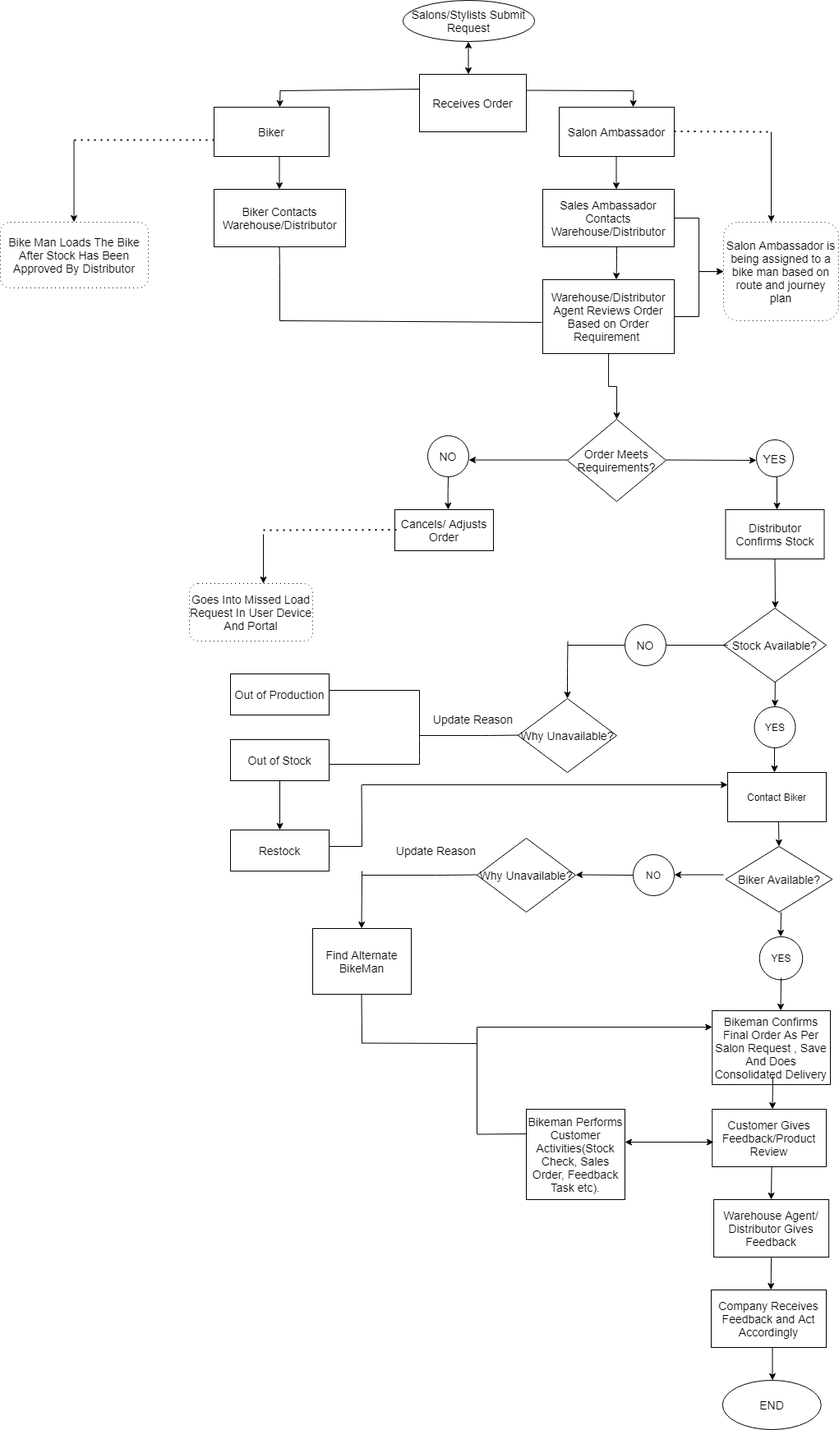
This is Untitled Diagram2.png from Meiyoure/ddl_internship_quiz, a draw.io export, as it was before one commit. Source tidied: cells renumbered, new cells last; positions are measured from the earlier drawing's top-left corner, leaving out a move shared by most shapes.
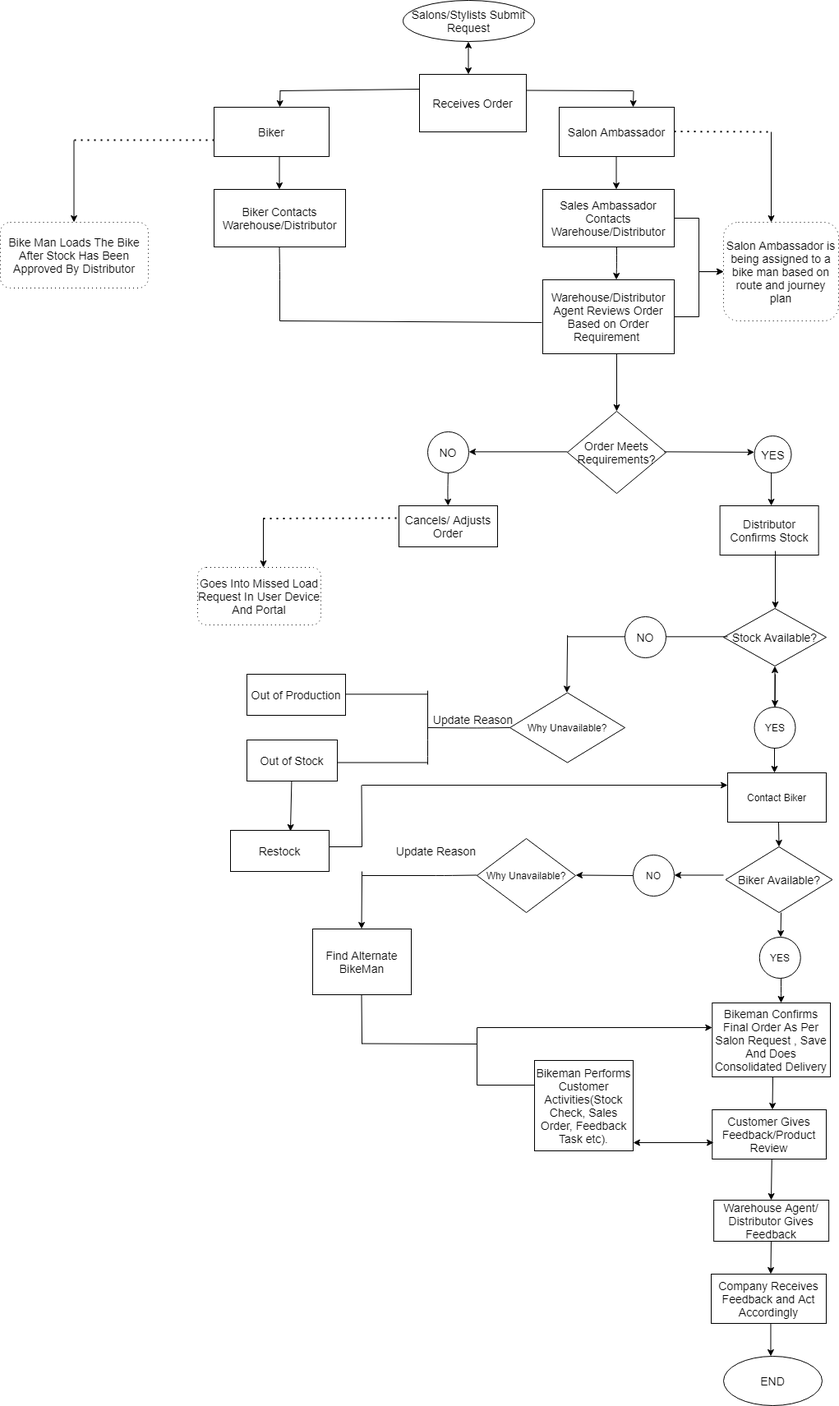
Above is the later version.

Diff of the diagram source:
```diff
@@ -18,16 +18,16 @@
       <mxGeometry x="680" y="130" width="140" height="60" as="geometry" />
     </mxCell>
     <mxCell id="7" value="&lt;font style=&quot;font-size: 14px&quot;&gt;Order Meets Requirements?&lt;/font&gt;" style="rhombus;whiteSpace=wrap;html=1;" parent="1" vertex="1">
-      <mxGeometry x="690" y="510" width="120" height="100" as="geometry" />
+      <mxGeometry x="690" y="500" width="120" height="100" as="geometry" />
     </mxCell>
     <mxCell id="8" value="&lt;font style=&quot;font-size: 14px&quot;&gt;YES&lt;/font&gt;" style="ellipse;whiteSpace=wrap;html=1;" parent="1" vertex="1">
-      <mxGeometry x="920" y="535" width="45" height="45" as="geometry" />
+      <mxGeometry x="917.5" y="530" width="45" height="45" as="geometry" />
     </mxCell>
     <mxCell id="9" value="&lt;font style=&quot;font-size: 14px&quot;&gt;Out of Stock&lt;/font&gt;" style="rounded=0;whiteSpace=wrap;html=1;" parent="1" vertex="1">
-      <mxGeometry x="280" y="900" width="120" height="50" as="geometry" />
+      <mxGeometry x="300" y="900" width="110" height="50" as="geometry" />
     </mxCell>
     <mxCell id="10" value="&lt;font style=&quot;font-size: 14px&quot;&gt;Cancels/ Adjusts Order&lt;/font&gt;" style="rounded=0;whiteSpace=wrap;html=1;" parent="1" vertex="1">
-      <mxGeometry x="480" y="620" width="120" height="50" as="geometry" />
+      <mxGeometry x="485" y="615" width="120" height="50" as="geometry" />
     </mxCell>
     <mxCell id="11" style="endArrow=classic;startArrow=classic;html=1;" parent="1" edge="1">
       <mxGeometry relative="1" as="geometry">
@@ -36,24 +36,24 @@
       </mxGeometry>
     </mxCell>
     <mxCell id="12" value="&lt;font style=&quot;font-size: 14px&quot;&gt;NO&lt;/font&gt;" style="ellipse;whiteSpace=wrap;html=1;" parent="1" vertex="1">
-      <mxGeometry x="760" y="760" width="50" height="50" as="geometry" />
+      <mxGeometry x="760" y="750" width="50" height="50" as="geometry" />
     </mxCell>
     <mxCell id="13" value="YES" style="ellipse;whiteSpace=wrap;html=1;" parent="1" vertex="1">
-      <mxGeometry x="923.8" y="1140" width="52.5" height="52.5" as="geometry" />
+      <mxGeometry x="923.8" y="1140" width="50" height="50" as="geometry" />
     </mxCell>
     <mxCell id="14" style="endArrow=classic;html=1;" parent="1" edge="1">
       <mxGeometry relative="1" as="geometry">
-        <mxPoint x="690.5" y="780" as="sourcePoint" />
-        <mxPoint x="690" y="850" as="targetPoint" />
+        <mxPoint x="690.2" y="772.5" as="sourcePoint" />
+        <mxPoint x="689.3" y="842.5" as="targetPoint" />
         <Array as="points">
-          <mxPoint x="690" y="820" />
+          <mxPoint x="689.7" y="812.5" />
         </Array>
       </mxGeometry>
     </mxCell>
     <mxCell id="15" value="&lt;font style=&quot;font-size: 14px&quot;&gt;Warehouse Agent/ Distributor Gives Feedback&lt;/font&gt;" style="whiteSpace=wrap;html=1;" parent="1" vertex="1">
-      <mxGeometry x="868.1" y="1460" width="140" height="70" as="geometry" />
+      <mxGeometry x="868.1" y="1460" width="140" height="50" as="geometry" />
     </mxCell>
-    <mxCell id="16" value="&lt;font style=&quot;font-size: 14px&quot;&gt;Why Unavailable?&lt;/font&gt;" style="rhombus;whiteSpace=wrap;html=1;" parent="1" vertex="1">
+    <mxCell id="16" value="&lt;font style=&quot;font-size: 12px&quot;&gt;Why Unavailable?&lt;/font&gt;" style="rhombus;whiteSpace=wrap;html=1;" parent="1" vertex="1">
       <mxGeometry x="580" y="1020" width="120" height="90" as="geometry" />
     </mxCell>
     <mxCell id="17" value="&lt;font style=&quot;font-size: 14px&quot;&gt;Find Alternate BikeMan&lt;/font&gt;" style="rounded=0;whiteSpace=wrap;html=1;" parent="1" vertex="1">
@@ -80,9 +80,6 @@
         <mxPoint x="770" y="130" as="targetPoint" />
       </mxGeometry>
     </mxCell>
-    <mxCell id="22" style="edgeStyle=orthogonalEdgeStyle;rounded=0;jettySize=auto;html=1;" parent="1" edge="1" source="24" target="7">
-      <mxGeometry relative="1" as="geometry" />
-    </mxCell>
     <mxCell id="23" style="edgeStyle=orthogonalEdgeStyle;rounded=0;jettySize=auto;html=1;" parent="1" edge="1" source="24" target="51">
       <mxGeometry relative="1" as="geometry" />
     </mxCell>
@@ -91,33 +88,34 @@
     </mxCell>
     <mxCell id="25" style="endArrow=classic;html=1;exitX=1;exitY=0.5;exitDx=0;exitDy=0;" parent="1" edge="1">
       <mxGeometry relative="1" as="geometry">
-        <mxPoint x="810" y="559.5" as="sourcePoint" />
-        <mxPoint x="920" y="560" as="targetPoint" />
+        <mxPoint x="807.5" y="549.3" as="sourcePoint" />
+        <mxPoint x="917.5" y="549.8" as="targetPoint" />
       </mxGeometry>
     </mxCell>
     <mxCell id="26" style="endArrow=classic;html=1;" parent="1" edge="1">
       <mxGeometry relative="1" as="geometry">
-        <mxPoint x="690" y="559.5" as="sourcePoint" />
-        <mxPoint x="570" y="559.5" as="targetPoint" />
+        <mxPoint x="690" y="549.3" as="sourcePoint" />
+        <mxPoint x="570" y="549.3" as="targetPoint" />
       </mxGeometry>
     </mxCell>
     <mxCell id="27" value="&lt;font style=&quot;font-size: 14px&quot;&gt;NO&lt;/font&gt;" style="ellipse;whiteSpace=wrap;html=1;" parent="1" vertex="1">
-      <mxGeometry x="520" y="530" width="50" height="50" as="geometry" />
+      <mxGeometry x="520" y="525" width="50" height="50" as="geometry" />
     </mxCell>
     <mxCell id="28" value="&lt;font style=&quot;font-size: 14px&quot;&gt;Distributor Confirms Stock&lt;/font&gt;" style="rounded=0;whiteSpace=wrap;html=1;" parent="1" vertex="1">
-      <mxGeometry x="882.5" y="620" width="120" height="60" as="geometry" />
+      <mxGeometry x="875.6" y="615" width="120" height="60" as="geometry" />
     </mxCell>
     <mxCell id="29" style="endArrow=classic;html=1;" parent="1" edge="1">
       <mxGeometry relative="1" as="geometry">
-        <mxPoint x="545" y="580" as="sourcePoint" />
-        <mxPoint x="545" y="620" as="targetPoint" />
+        <mxPoint x="544.8" y="575" as="sourcePoint" />
+        <mxPoint x="544.8" y="615" as="targetPoint" />
         <Array as="points">
-          <mxPoint x="544.5" y="605" />
+          <mxPoint x="544.3" y="600" />
         </Array>
       </mxGeometry>
     </mxCell>
-    <mxCell id="30" style="endArrow=classic;html=1;exitX=0.5;exitY=1;exitDx=0;exitDy=0;" parent="1" edge="1" source="28">
+    <mxCell id="30" style="endArrow=classic;html=1;" parent="1" edge="1">
       <mxGeometry relative="1" as="geometry">
+        <mxPoint x="943" y="670" as="sourcePoint" />
         <mxPoint x="943" y="740" as="targetPoint" />
       </mxGeometry>
     </mxCell>
@@ -160,6 +158,9 @@
     <mxCell id="38" style="endArrow=classic;html=1;entryX=0;entryY=0.5;entryDx=0;entryDy=0;" parent="1" edge="1" target="41">
       <mxGeometry relative="1" as="geometry">
         <mxPoint x="943" y="820" as="sourcePoint" />
+        <Array as="points">
+          <mxPoint x="943" y="820" />
+        </Array>
       </mxGeometry>
     </mxCell>
     <mxCell id="39" value="NO" style="ellipse;whiteSpace=wrap;html=1;" parent="1" vertex="1">
@@ -171,6 +172,14 @@
         <mxPoint x="820" y="1064.5" as="targetPoint" />
       </mxGeometry>
     </mxCell>
+    <mxCell id="94" style="edgeStyle=orthogonalEdgeStyle;rounded=0;jettySize=auto;html=1;" parent="1" edge="1" source="41" target="68">
+      <mxGeometry relative="1" as="geometry">
+        <Array as="points">
+          <mxPoint x="943" y="810" />
+          <mxPoint x="943" y="810" />
+        </Array>
+      </mxGeometry>
+    </mxCell>
     <mxCell id="41" value="YES" style="ellipse;whiteSpace=wrap;html=1;direction=south;" parent="1" vertex="1">
       <mxGeometry x="917.5" y="860" width="50" height="50" as="geometry" />
     </mxCell>
@@ -188,10 +197,10 @@
     </mxCell>
     <mxCell id="44" style="endArrow=none;html=1;" parent="1" edge="1">
       <mxGeometry relative="1" as="geometry">
-        <mxPoint x="510" y="895" as="sourcePoint" />
-        <mxPoint x="635" y="894.5" as="targetPoint" />
+        <mxPoint x="520" y="885" as="sourcePoint" />
+        <mxPoint x="620" y="885" as="targetPoint" />
         <Array as="points">
-          <mxPoint x="595" y="895" />
+          <mxPoint x="580" y="885.5" />
         </Array>
       </mxGeometry>
     </mxCell>
@@ -203,20 +212,20 @@
     </mxCell>
     <mxCell id="46" style="endArrow=none;html=1;" parent="1" edge="1">
       <mxGeometry relative="1" as="geometry">
-        <mxPoint x="400" y="840" as="sourcePoint" />
-        <mxPoint x="510" y="840" as="targetPoint" />
+        <mxPoint x="410" y="844.3" as="sourcePoint" />
+        <mxPoint x="520" y="844.3" as="targetPoint" />
       </mxGeometry>
     </mxCell>
     <mxCell id="47" value="&lt;font style=&quot;font-size: 14px&quot;&gt;Out of Production&lt;/font&gt;" style="rounded=0;whiteSpace=wrap;html=1;" parent="1" vertex="1">
-      <mxGeometry x="280" y="820" width="120" height="50" as="geometry" />
+      <mxGeometry x="300" y="820" width="120" height="50" as="geometry" />
     </mxCell>
     <mxCell id="48" value="&lt;font style=&quot;font-size: 14px&quot;&gt;Restock&lt;/font&gt;" style="rounded=0;whiteSpace=wrap;html=1;" parent="1" vertex="1">
       <mxGeometry x="280" y="1010" width="120" height="50" as="geometry" />
     </mxCell>
     <mxCell id="49" style="endArrow=none;html=1;" parent="1" edge="1">
       <mxGeometry relative="1" as="geometry">
-        <mxPoint x="400" y="930" as="sourcePoint" />
-        <mxPoint x="510" y="930" as="targetPoint" />
+        <mxPoint x="410" y="927.5" as="sourcePoint" />
+        <mxPoint x="520" y="927.5" as="targetPoint" />
       </mxGeometry>
     </mxCell>
     <mxCell id="50" value="&lt;font style=&quot;font-size: 14px&quot;&gt;Bike Man Loads The Bike After Stock Has Been Approved By Distributor&lt;/font&gt;" style="shape=ext;rounded=1;html=1;whiteSpace=wrap;dashed=1;dashPattern=1 4;" parent="1" vertex="1">
@@ -232,18 +241,18 @@
       </mxGeometry>
     </mxCell>
     <mxCell id="53" value="&lt;font style=&quot;font-size: 14px&quot;&gt;Goes Into Missed Load Request In User Device And Portal&lt;/font&gt;" style="shape=ext;rounded=1;html=1;whiteSpace=wrap;dashed=1;dashPattern=1 4;" parent="1" vertex="1">
-      <mxGeometry x="230" y="710" width="150" height="70" as="geometry" />
+      <mxGeometry x="240" y="690" width="150" height="70" as="geometry" />
     </mxCell>
     <mxCell id="54" style="endArrow=classic;html=1;" parent="1" edge="1">
       <mxGeometry relative="1" as="geometry">
-        <mxPoint x="320" y="650" as="sourcePoint" />
-        <mxPoint x="320" y="710" as="targetPoint" />
+        <mxPoint x="320" y="630" as="sourcePoint" />
+        <mxPoint x="320" y="690" as="targetPoint" />
       </mxGeometry>
     </mxCell>
     <mxCell id="55" style="endArrow=none;dashed=1;html=1;dashPattern=1 3;strokeWidth=2;" parent="1" edge="1">
       <mxGeometry relative="1" as="geometry">
-        <mxPoint x="320" y="645" as="sourcePoint" />
-        <mxPoint x="485" y="644.5" as="targetPoint" />
+        <mxPoint x="320" y="630.5" as="sourcePoint" />
+        <mxPoint x="485" y="630" as="targetPoint" />
       </mxGeometry>
     </mxCell>
     <mxCell id="56" style="endArrow=none;dashed=1;html=1;dashPattern=1 3;strokeWidth=2;" parent="1" edge="1">
@@ -265,28 +274,28 @@
       </mxGeometry>
     </mxCell>
     <mxCell id="59" value="&lt;span&gt;&lt;font style=&quot;font-size: 14px&quot;&gt;Bikeman Confirms Final Order As Per Salon Request , Save And Does Consolidated Delivery&lt;/font&gt;&lt;/span&gt;" style="rounded=0;whiteSpace=wrap;html=1;" parent="1" vertex="1">
-      <mxGeometry x="866.2" y="1230" width="143.8" height="90" as="geometry" />
+      <mxGeometry x="866.2" y="1220" width="143.8" height="90" as="geometry" />
     </mxCell>
     <mxCell id="60" value="&lt;font style=&quot;font-size: 14px&quot;&gt;Bikeman Performs Customer Activities(Stock Check, Sales Order, Feedback Task etc).&lt;/font&gt;" style="rounded=0;whiteSpace=wrap;html=1;" parent="1" vertex="1">
-      <mxGeometry x="640" y="1350" width="120" height="110" as="geometry" />
+      <mxGeometry x="650" y="1290" width="120" height="110" as="geometry" />
     </mxCell>
     <mxCell id="61" style="endArrow=classic;html=1;" parent="1" edge="1">
       <mxGeometry relative="1" as="geometry">
-        <mxPoint x="938.1" y="1530" as="sourcePoint" />
-        <mxPoint x="937.6" y="1570" as="targetPoint" />
+        <mxPoint x="938" y="1510" as="sourcePoint" />
+        <mxPoint x="937.5" y="1550" as="targetPoint" />
       </mxGeometry>
     </mxCell>
     <mxCell id="62" value="&lt;font style=&quot;font-size: 14px&quot;&gt;Company Receives Feedback and Act Accordingly&lt;/font&gt;" style="rounded=0;whiteSpace=wrap;html=1;" parent="1" vertex="1">
-      <mxGeometry x="865" y="1570" width="140" height="70" as="geometry" />
+      <mxGeometry x="865" y="1550" width="140" height="60" as="geometry" />
     </mxCell>
     <mxCell id="63" style="endArrow=classic;html=1;" parent="1" edge="1">
       <mxGeometry relative="1" as="geometry">
-        <mxPoint x="939.5" y="1640" as="sourcePoint" />
-        <mxPoint x="939.5" y="1680" as="targetPoint" />
+        <mxPoint x="937.5" y="1610" as="sourcePoint" />
+        <mxPoint x="937.5" y="1650" as="targetPoint" />
       </mxGeometry>
     </mxCell>
     <mxCell id="64" value="&lt;font style=&quot;font-size: 14px&quot;&gt;END&lt;/font&gt;" style="ellipse;whiteSpace=wrap;html=1;" parent="1" vertex="1">
-      <mxGeometry x="878.8" y="1680" width="120" height="60" as="geometry" />
+      <mxGeometry x="880" y="1650" width="120" height="60" as="geometry" />
     </mxCell>
     <mxCell id="65" value="&lt;font style=&quot;font-size: 14px&quot;&gt;Update Reason&lt;/font&gt;" style="text;html=1;align=center;verticalAlign=middle;" parent="1" vertex="1">
       <mxGeometry x="520" y="865" width="110" height="20" as="geometry" />
@@ -306,24 +315,24 @@
       </mxGeometry>
     </mxCell>
     <mxCell id="68" value="&lt;font style=&quot;font-size: 14px&quot;&gt;Stock Available?&lt;/font&gt;" style="rhombus;whiteSpace=wrap;html=1;" parent="1" vertex="1">
-      <mxGeometry x="880" y="740" width="125" height="90" as="geometry" />
+      <mxGeometry x="880" y="740" width="125" height="70" as="geometry" />
     </mxCell>
     <mxCell id="69" style="endArrow=classic;html=1;" parent="1" edge="1">
       <mxGeometry relative="1" as="geometry">
-        <mxPoint x="945" y="580" as="sourcePoint" />
-        <mxPoint x="945" y="620" as="targetPoint" />
+        <mxPoint x="938.1" y="575" as="sourcePoint" />
+        <mxPoint x="938.1" y="615" as="targetPoint" />
       </mxGeometry>
     </mxCell>
     <mxCell id="70" style="endArrow=none;html=1;entryX=0;entryY=0.5;entryDx=0;entryDy=0;" parent="1" edge="1">
       <mxGeometry relative="1" as="geometry">
-        <mxPoint x="690" y="785" as="sourcePoint" />
-        <mxPoint x="760" y="785" as="targetPoint" />
+        <mxPoint x="690" y="774.3" as="sourcePoint" />
+        <mxPoint x="760" y="774.3" as="targetPoint" />
       </mxGeometry>
     </mxCell>
     <mxCell id="71" style="endArrow=none;html=1;entryX=0;entryY=0.5;entryDx=0;entryDy=0;" parent="1" edge="1">
       <mxGeometry relative="1" as="geometry">
-        <mxPoint x="810" y="785" as="sourcePoint" />
-        <mxPoint x="885" y="785" as="targetPoint" />
+        <mxPoint x="810" y="774.3" as="sourcePoint" />
+        <mxPoint x="885" y="774.3" as="targetPoint" />
       </mxGeometry>
     </mxCell>
     <mxCell id="72" style="endArrow=classic;html=1;exitX=0;exitY=0.5;exitDx=0;exitDy=0;" parent="1" edge="1" source="39">
@@ -331,19 +340,19 @@
         <mxPoint x="700" y="1064.5" as="targetPoint" />
       </mxGeometry>
     </mxCell>
-    <mxCell id="73" value="&lt;font style=&quot;font-size: 14px&quot;&gt;Why Unavailable?&lt;/font&gt;" style="rhombus;whiteSpace=wrap;html=1;" parent="1" vertex="1">
-      <mxGeometry x="630" y="850" width="120" height="90" as="geometry" />
+    <mxCell id="73" value="&lt;font style=&quot;font-size: 12px&quot;&gt;Why Unavailable?&lt;/font&gt;" style="rhombus;whiteSpace=wrap;html=1;" parent="1" vertex="1">
+      <mxGeometry x="620" y="842.5" width="140" height="85" as="geometry" />
     </mxCell>
     <mxCell id="74" style="endArrow=none;html=1;" parent="1" edge="1">
       <mxGeometry relative="1" as="geometry">
-        <mxPoint x="510" y="930" as="sourcePoint" />
-        <mxPoint x="510" y="840" as="targetPoint" />
+        <mxPoint x="520" y="930" as="sourcePoint" />
+        <mxPoint x="520" y="840" as="targetPoint" />
         <Array as="points">
-          <mxPoint x="510" y="910" />
+          <mxPoint x="520" y="910" />
         </Array>
       </mxGeometry>
     </mxCell>
-    <mxCell id="75" style="endArrow=classic;html=1;exitX=0.5;exitY=1;exitDx=0;exitDy=0;" parent="1" edge="1" source="9" target="48">
+    <mxCell id="75" style="endArrow=classic;html=1;entryX=0.608;entryY=0.02;entryDx=0;entryDy=0;entryPerimeter=0;" parent="1" edge="1" source="9" target="48">
       <mxGeometry relative="1" as="geometry" />
     </mxCell>
     <mxCell id="76" style="endArrow=classic;html=1;entryX=0;entryY=0.25;entryDx=0;entryDy=0;" parent="1" edge="1" target="36">
@@ -372,7 +381,10 @@
     <mxCell id="80" style="endArrow=classic;html=1;" parent="1" edge="1">
       <mxGeometry relative="1" as="geometry">
         <mxPoint x="950" y="1190" as="sourcePoint" />
-        <mxPoint x="949.5" y="1230" as="targetPoint" />
+        <mxPoint x="950" y="1220" as="targetPoint" />
+        <Array as="points">
+          <mxPoint x="950" y="1210" />
+        </Array>
       </mxGeometry>
     </mxCell>
     <mxCell id="81" style="endArrow=classic;html=1;" parent="1" edge="1">
@@ -403,7 +415,7 @@
       </mxGeometry>
     </mxCell>
     <mxCell id="86" value="&lt;font style=&quot;font-size: 14px&quot;&gt;Customer Gives Feedback/Product Review&lt;/font&gt;" style="rounded=0;whiteSpace=wrap;html=1;" parent="1" vertex="1">
-      <mxGeometry x="866.2" y="1350" width="138.8" height="70" as="geometry" />
+      <mxGeometry x="866.2" y="1350" width="138.8" height="60" as="geometry" />
     </mxCell>
     <mxCell id="87" style="endArrow=classic;html=1;" parent="1" edge="1">
       <mxGeometry relative="1" as="geometry">
@@ -425,14 +437,14 @@
     </mxCell>
     <mxCell id="90" style="endArrow=none;html=1;" parent="1" edge="1">
       <mxGeometry relative="1" as="geometry">
-        <mxPoint x="580" y="1380" as="sourcePoint" />
+        <mxPoint x="580" y="1320" as="sourcePoint" />
         <mxPoint x="580" y="1250" as="targetPoint" />
       </mxGeometry>
     </mxCell>
     <mxCell id="91" style="endArrow=none;html=1;" parent="1" edge="1">
       <mxGeometry relative="1" as="geometry">
-        <mxPoint x="580" y="1380.5" as="sourcePoint" />
-        <mxPoint x="640" y="1380" as="targetPoint" />
+        <mxPoint x="580" y="1320" as="sourcePoint" />
+        <mxPoint x="650" y="1320" as="targetPoint" />
       </mxGeometry>
     </mxCell>
     <mxCell id="92" style="endArrow=classic;html=1;" parent="1" edge="1">
@@ -441,10 +453,17 @@
         <mxPoint x="866.2" y="1250" as="targetPoint" />
       </mxGeometry>
     </mxCell>
-    <mxCell id="93" style="endArrow=classic;startArrow=classic;html=1;exitX=1;exitY=0.364;exitDx=0;exitDy=0;exitPerimeter=0;" parent="1" edge="1" source="60">
+    <mxCell id="93" style="endArrow=classic;startArrow=classic;html=1;" parent="1" edge="1">
       <mxGeometry relative="1" as="geometry">
+        <mxPoint x="770" y="1390" as="sourcePoint" />
         <mxPoint x="868" y="1390" as="targetPoint" />
       </mxGeometry>
     </mxCell>
+    <mxCell id="95" style="endArrow=classic;html=1;" parent="1" edge="1">
+      <mxGeometry relative="1" as="geometry">
+        <mxPoint x="750" y="430" as="sourcePoint" />
+        <mxPoint x="750" y="500" as="targetPoint" />
+      </mxGeometry>
+    </mxCell>
   </root>
 </mxGraphModel>
```
